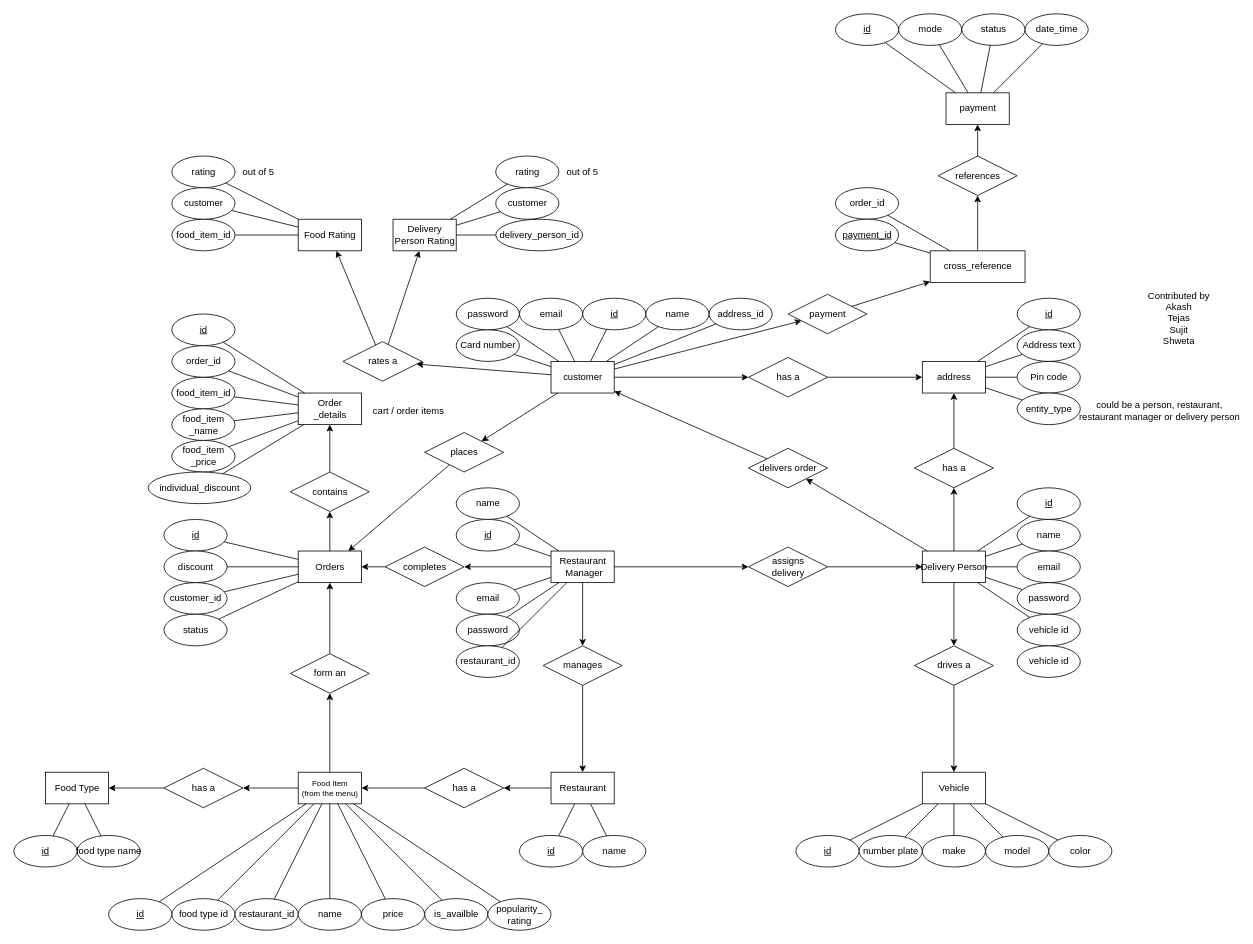
The draw.io diagram diagrams/ER/ER diagram.drawio in callofthewild/hunger-buzz, before the edit. Source tidied: cells renumbered, new cells numbered last; positions are measured from the earlier drawing's top-left corner, leaving out a move shared by most shapes. Both pictures are drawn from the tidied source at 79%, with x=0, y=0 at pixel (13, 13).
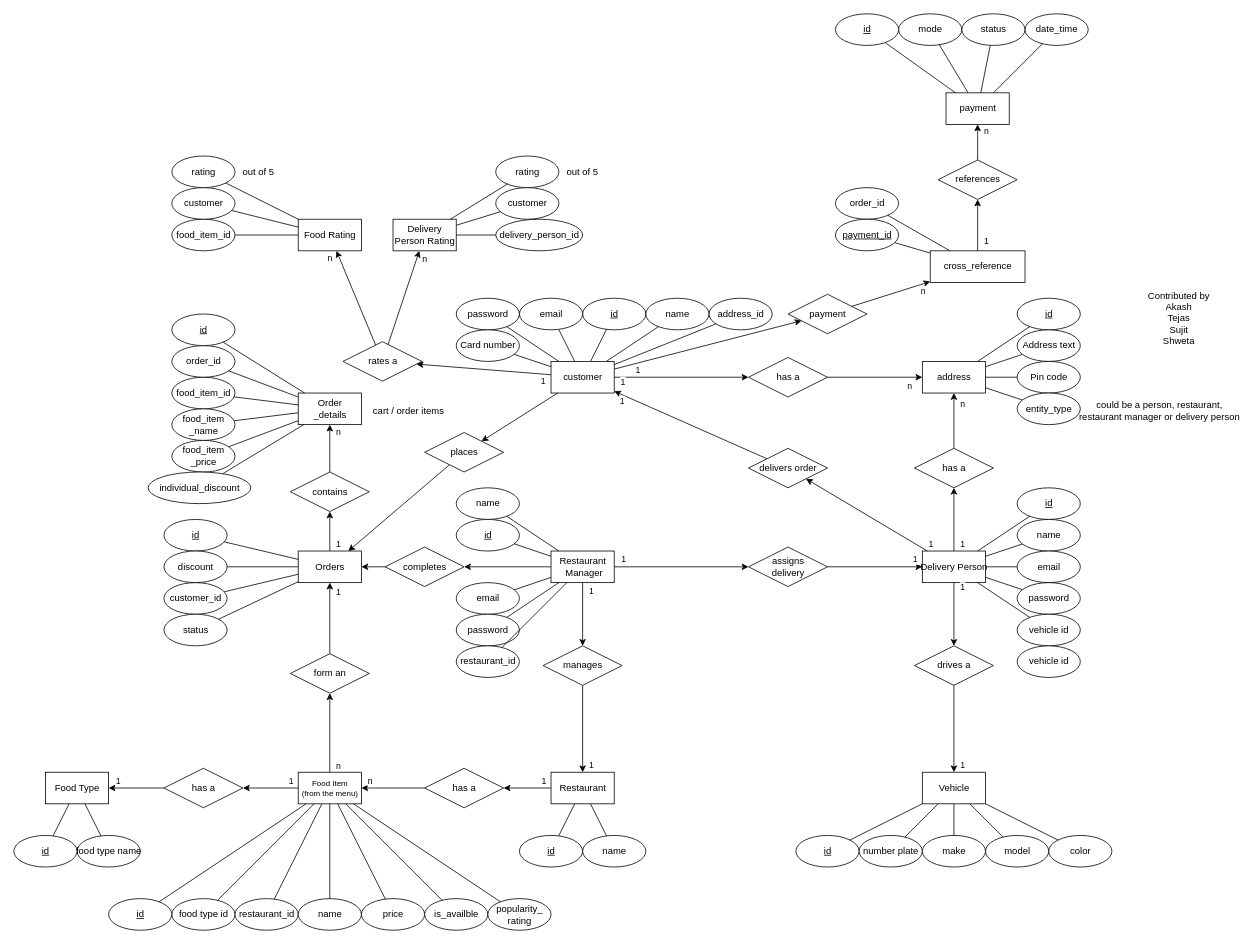
After the change.

The change refers to these unchanged cells:
```xml
<mxCell id="12" style="endArrow=classic;html=1;rounded=0;endFill=1;" parent="1" edge="1" source="2" target="13">
<mxCell id="14" style="endArrow=classic;html=1;rounded=0;endFill=1;" parent="1" edge="1" source="13" target="7">
<mxCell id="25" style="endArrow=classic;html=1;rounded=0;endFill=1;" parent="1" edge="1" source="23" target="26">
<mxCell id="27" style="endArrow=classic;html=1;rounded=0;endFill=1;" parent="1" edge="1" source="26" target="24">
<mxCell id="28" style="endArrow=none;html=1;rounded=0;startArrow=classic;startFill=1;" parent="1" edge="1" source="2" target="29">
<mxCell id="30" style="endArrow=none;html=1;rounded=0;startArrow=classic;startFill=1;" parent="1" edge="1" source="29" target="24">
<mxCell id="41" style="endArrow=none;html=1;rounded=0;startArrow=classic;startFill=1;" parent="1" edge="1" target="42">
<mxCell id="43" style="endArrow=none;html=1;rounded=0;startArrow=classic;startFill=1;" parent="1" edge="1" source="42" target="24">
<mxCell id="45" style="endArrow=classic;html=1;rounded=0;endFill=1;" parent="1" edge="1" source="24" target="46">
<mxCell id="47" style="endArrow=classic;html=1;rounded=0;endFill=1;" parent="1" edge="1" source="46" target="7">
<mxCell id="60" style="endArrow=none;html=1;rounded=0;startArrow=classic;startFill=1;" parent="1" edge="1" source="79" target="61">
<mxCell id="62" style="endArrow=none;html=1;rounded=0;startArrow=classic;startFill=1;" parent="1" edge="1" source="61" target="23">
<mxCell id="80" style="endArrow=none;html=1;rounded=0;startArrow=classic;startFill=1;" parent="1" edge="1" source="58" target="81">
<mxCell id="82" style="endArrow=none;html=1;rounded=0;startArrow=classic;startFill=1;" parent="1" edge="1" source="81" target="79">
<mxCell id="101" style="endArrow=none;html=1;rounded=0;startArrow=classic;startFill=1;" parent="1" edge="1" source="85" target="102">
<mxCell id="103" style="endArrow=none;html=1;rounded=0;startArrow=classic;startFill=1;" parent="1" edge="1" source="102" target="58">
<mxCell id="104" style="endArrow=none;html=1;rounded=0;startArrow=classic;startFill=1;" parent="1" edge="1" source="59" target="105">
<mxCell id="106" style="endArrow=none;html=1;rounded=0;startArrow=classic;startFill=1;" parent="1" edge="1" source="105" target="58">
<mxCell id="122" style="endArrow=none;html=1;rounded=0;startArrow=classic;startFill=1;" parent="1" edge="1" source="111" target="123">
<mxCell id="124" style="endArrow=none;html=1;rounded=0;startArrow=classic;startFill=1;" parent="1" edge="1" source="123" target="59">
<mxCell id="144" style="endArrow=none;html=1;rounded=0;startArrow=classic;startFill=1;" parent="1" edge="1" source="143" target="145">
<mxCell id="146" style="endArrow=none;html=1;rounded=0;startArrow=classic;startFill=1;" parent="1" edge="1" source="145" target="2">
<mxCell id="156" style="endArrow=none;html=1;rounded=0;startArrow=classic;startFill=1;" parent="1" edge="1" source="155" target="145">
<mxCell id="164" style="endArrow=classic;html=1;rounded=0;endFill=1;" parent="1" edge="1" source="2" target="165">
<mxCell id="166" style="endArrow=classic;html=1;rounded=0;endFill=1;" parent="1" edge="1" source="165" target="167">
<mxCell id="181" style="endArrow=classic;html=1;rounded=0;endFill=1;" parent="1" edge="1" source="167" target="182">
<mxCell id="183" style="endArrow=classic;html=1;rounded=0;endFill=1;" parent="1" edge="1" source="182" target="172">
```

What changed in the source:
```diff
@@
+    <mxCell id="184" value="1" style="edgeLabel;html=1;align=center;verticalAlign=middle;" parent="12" vertex="1">
+      <mxGeometry x="-0.92" y="-1" relative="1" as="geometry">
+        <mxPoint x="3" y="4" as="offset" />
+      </mxGeometry>
+    </mxCell>
@@
+    <mxCell id="185" value="&lt;div&gt;n&lt;/div&gt;" style="edgeLabel;html=1;align=center;verticalAlign=middle;" parent="14" vertex="1">
+      <mxGeometry x="0.71" y="-2" relative="1" as="geometry">
+        <mxPoint y="8" as="offset" />
+      </mxGeometry>
+    </mxCell>
@@
+    <mxCell id="186" value="1" style="edgeLabel;html=1;align=center;verticalAlign=middle;" parent="25" vertex="1">
+      <mxGeometry x="-0.97" relative="1" as="geometry">
+        <mxPoint x="8" y="-10" as="offset" />
+      </mxGeometry>
+    </mxCell>
@@
+    <mxCell id="187" value="1" style="edgeLabel;html=1;align=center;verticalAlign=middle;" parent="27" vertex="1">
+      <mxGeometry x="0.8" relative="1" as="geometry">
+        <mxPoint x="2" y="-10" as="offset" />
+      </mxGeometry>
+    </mxCell>
@@
+    <mxCell id="188" value="1" style="edgeLabel;html=1;align=center;verticalAlign=middle;" parent="28" vertex="1">
+      <mxGeometry x="-0.88" relative="1" as="geometry">
+        <mxPoint x="-2" y="7" as="offset" />
+      </mxGeometry>
+    </mxCell>
@@
+    <mxCell id="189" value="1" style="edgeLabel;html=1;align=center;verticalAlign=middle;" parent="30" vertex="1">
+      <mxGeometry x="0.89" y="1" relative="1" as="geometry">
+        <mxPoint x="12" y="-4" as="offset" />
+      </mxGeometry>
+    </mxCell>
@@
+    <mxCell id="190" value="1" style="edgeLabel;html=1;align=center;verticalAlign=middle;" parent="41" vertex="1">
+      <mxGeometry x="-0.93" y="-1" relative="1" as="geometry">
+        <mxPoint x="9" y="-6" as="offset" />
+      </mxGeometry>
+    </mxCell>
@@
+    <mxCell id="191" value="1" style="edgeLabel;html=1;align=center;verticalAlign=middle;" parent="43" vertex="1">
+      <mxGeometry x="0.88" y="1" relative="1" as="geometry">
+        <mxPoint x="11" as="offset" />
+      </mxGeometry>
+    </mxCell>
@@
+    <mxCell id="192" value="1" style="edgeLabel;html=1;align=center;verticalAlign=middle;" parent="45" vertex="1">
+      <mxGeometry x="-0.9" relative="1" as="geometry">
+        <mxPoint x="10" y="-6" as="offset" />
+      </mxGeometry>
+    </mxCell>
@@
+    <mxCell id="193" value="n" style="edgeLabel;html=1;align=center;verticalAlign=middle;" parent="47" vertex="1">
+      <mxGeometry x="0.63" relative="1" as="geometry">
+        <mxPoint x="10" as="offset" />
+      </mxGeometry>
+    </mxCell>
@@
+    <mxCell id="194" value="1" style="edgeLabel;html=1;align=center;verticalAlign=middle;" parent="60" vertex="1">
+      <mxGeometry x="-0.82" relative="1" as="geometry">
+        <mxPoint x="10" as="offset" />
+      </mxGeometry>
+    </mxCell>
@@
+    <mxCell id="195" value="1" style="edgeLabel;html=1;align=center;verticalAlign=middle;" parent="62" vertex="1">
+      <mxGeometry x="0.91" relative="1" as="geometry">
+        <mxPoint x="10" y="6" as="offset" />
+      </mxGeometry>
+    </mxCell>
@@
+    <mxCell id="196" value="n" style="edgeLabel;html=1;align=center;verticalAlign=middle;" parent="80" vertex="1">
+      <mxGeometry x="-0.88" relative="1" as="geometry">
+        <mxPoint x="5" y="-10" as="offset" />
+      </mxGeometry>
+    </mxCell>
@@
+    <mxCell id="197" value="1" style="edgeLabel;html=1;align=center;verticalAlign=middle;" parent="82" vertex="1">
+      <mxGeometry x="0.86" relative="1" as="geometry">
+        <mxPoint x="-6" y="-10" as="offset" />
+      </mxGeometry>
+    </mxCell>
@@
+    <mxCell id="198" value="1" style="edgeLabel;html=1;align=center;verticalAlign=middle;" parent="101" vertex="1">
+      <mxGeometry x="-0.7" relative="1" as="geometry">
+        <mxPoint y="-10" as="offset" />
+      </mxGeometry>
+    </mxCell>
@@
+    <mxCell id="199" value="1" style="edgeLabel;html=1;align=center;verticalAlign=middle;" parent="103" vertex="1">
+      <mxGeometry x="0.92" relative="1" as="geometry">
+        <mxPoint x="-7" y="-10" as="offset" />
+      </mxGeometry>
+    </mxCell>
@@
+    <mxCell id="200" value="1" style="edgeLabel;html=1;align=center;verticalAlign=middle;" parent="104" vertex="1">
+      <mxGeometry x="-0.81" y="-1" relative="1" as="geometry">
+        <mxPoint x="11" y="2" as="offset" />
+      </mxGeometry>
+    </mxCell>
@@
+    <mxCell id="201" value="n" style="edgeLabel;html=1;align=center;verticalAlign=middle;" parent="106" vertex="1">
+      <mxGeometry x="0.93" relative="1" as="geometry">
+        <mxPoint x="10" y="-6" as="offset" />
+      </mxGeometry>
+    </mxCell>
@@
+    <mxCell id="202" value="n" style="edgeLabel;html=1;align=center;verticalAlign=middle;" parent="122" vertex="1">
+      <mxGeometry x="-0.82" relative="1" as="geometry">
+        <mxPoint x="10" y="4" as="offset" />
+      </mxGeometry>
+    </mxCell>
@@
+    <mxCell id="203" value="1" style="edgeLabel;html=1;align=center;verticalAlign=middle;" parent="124" vertex="1">
+      <mxGeometry x="0.87" relative="1" as="geometry">
+        <mxPoint x="10" y="-7" as="offset" />
+      </mxGeometry>
+    </mxCell>
@@
+    <mxCell id="204" value="n" style="edgeLabel;html=1;align=center;verticalAlign=middle;" parent="144" vertex="1">
+      <mxGeometry x="-0.91" y="-1" relative="1" as="geometry">
+        <mxPoint x="-10" y="4" as="offset" />
+      </mxGeometry>
+    </mxCell>
@@
+    <mxCell id="205" value="1" style="edgeLabel;html=1;align=center;verticalAlign=middle;" parent="146" vertex="1">
+      <mxGeometry x="0.96" relative="1" as="geometry">
+        <mxPoint x="-7" y="8" as="offset" />
+      </mxGeometry>
+    </mxCell>
@@
+    <mxCell id="206" value="n" style="edgeLabel;html=1;align=center;verticalAlign=middle;" parent="156" vertex="1">
+      <mxGeometry x="-0.91" relative="1" as="geometry">
+        <mxPoint x="8" y="5" as="offset" />
+      </mxGeometry>
+    </mxCell>
@@
+    <mxCell id="207" value="1" style="edgeLabel;html=1;align=center;verticalAlign=middle;" parent="164" vertex="1">
+      <mxGeometry x="-0.95" relative="1" as="geometry">
+        <mxPoint x="24" y="2" as="offset" />
+      </mxGeometry>
+    </mxCell>
@@
+    <mxCell id="208" value="n" style="edgeLabel;html=1;align=center;verticalAlign=middle;" parent="166" vertex="1">
+      <mxGeometry x="0.91" y="-1" relative="1" as="geometry">
+        <mxPoint x="-6" y="9" as="offset" />
+      </mxGeometry>
+    </mxCell>
@@
+    <mxCell id="209" value="1" style="edgeLabel;html=1;align=center;verticalAlign=middle;" parent="181" vertex="1">
+      <mxGeometry x="-0.6" y="-1" relative="1" as="geometry">
+        <mxPoint x="9" as="offset" />
+      </mxGeometry>
+    </mxCell>
     <mxCell id="182" value="references" style="shape=rhombus;perimeter=rhombusPerimeter;html=1;align=center;" parent="1" vertex="1">
-      <mxGeometry x="1170" y="180" width="100" height="50" as="geometry" />
+      <mxGeometry x="1170" y="185" width="100" height="50" as="geometry" />
     </mxCell>
@@
+    <mxCell id="210" value="n" style="edgeLabel;html=1;align=center;verticalAlign=middle;" parent="183" vertex="1">
+      <mxGeometry x="0.7" relative="1" as="geometry">
+        <mxPoint x="10" as="offset" />
+      </mxGeometry>
+    </mxCell>
```
